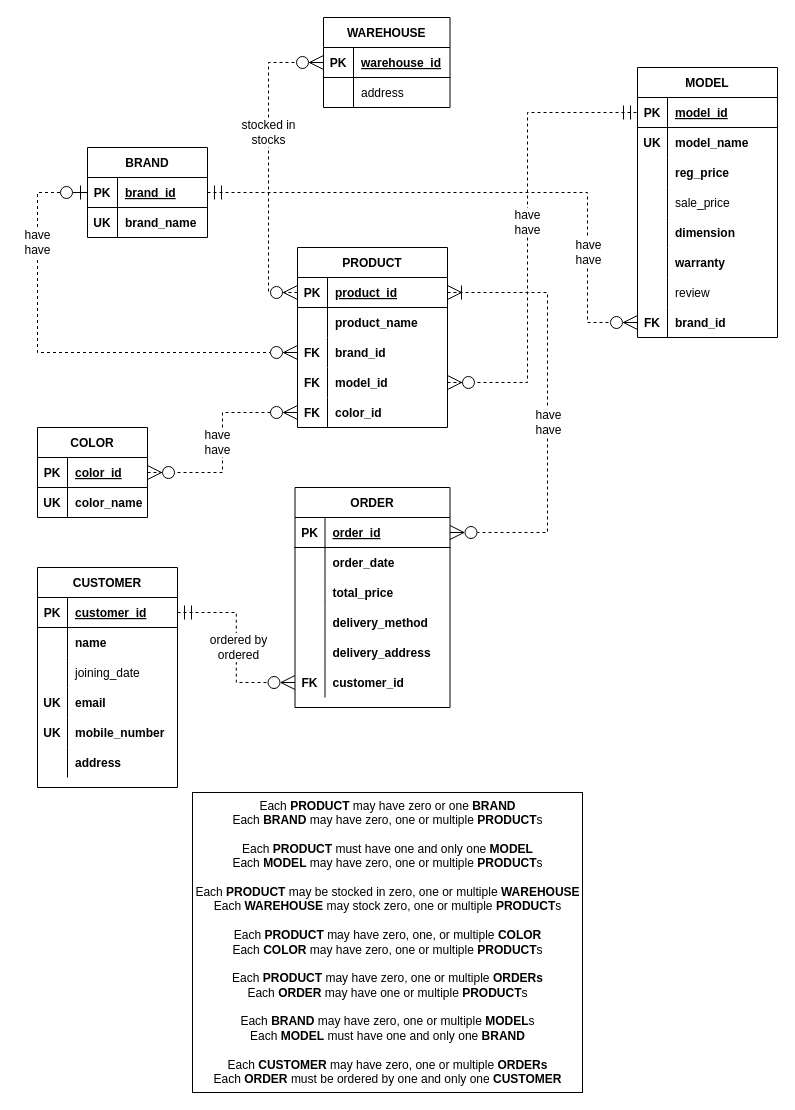
Earlier version of the draw.io diagram page "Page-1" (1 of 2) of Project/ER-Diargram.drawio (asiffmahmudd/database-csd2206). Source tidied: cells renumbered, new cells numbered last; positions are measured from the earlier drawing's top-left corner, leaving out a move shared by most shapes. Both pictures are drawn from the tidied source at 100%, with x=0, y=0 at pixel (17, 17).
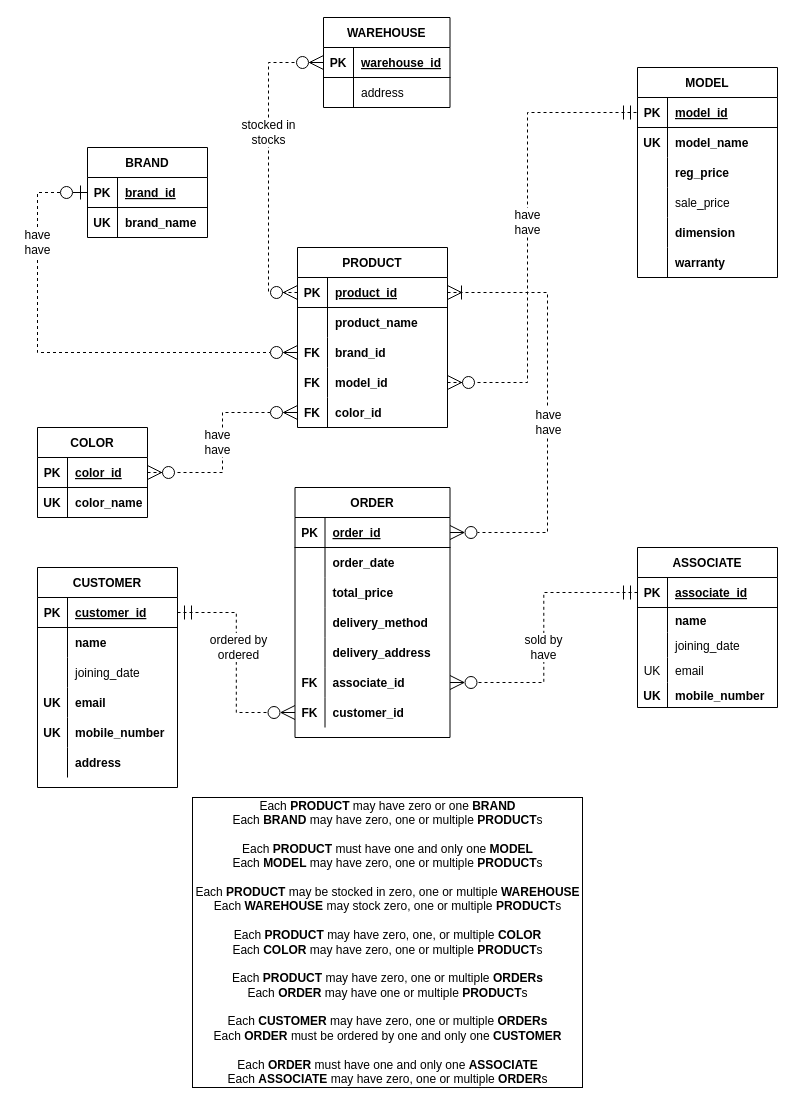
Above is the later version.

The change refers to these unchanged cells:
```xml
<mxCell id="3" style="shape=partialRectangle;fillColor=none;top=0;left=0;bottom=1;right=0;points=[[0,0.5],[1,0.5]];portConstraint=eastwest;" parent="2" vertex="1">
  <mxGeometry y="30" width="120" height="30" as="geometry" />
</mxCell>
```

What changed in the source:
```diff
@@
     <mxCell id="9" value="MODEL" style="shape=table;startSize=30;childLayout=tableLayout;rowLines=0;fontStyle=1;align=center;" parent="1" vertex="1">
-      <mxGeometry x="620" y="50" width="140" height="270" as="geometry" />
+      <mxGeometry x="620" y="50" width="140" height="210" as="geometry" />
     </mxCell>
@@
-    <mxCell id="28" style="shape=partialRectangle;fillColor=none;top=0;left=0;bottom=0;right=0;" parent="9" vertex="1">
-      <mxGeometry y="210" width="140" height="30" as="geometry" />
-    </mxCell>
-    <mxCell id="29" style="shape=partialRectangle;fillColor=none;top=0;left=0;bottom=0;right=0;overflow=hidden;" parent="28" vertex="1">
-      <mxGeometry width="30" height="30" as="geometry" />
-    </mxCell>
-    <mxCell id="30" value="review" style="shape=partialRectangle;fillColor=none;top=0;left=0;bottom=0;right=0;align=left;spacingLeft=6;overflow=hidden;fontStyle=0;" parent="28" vertex="1">
-      <mxGeometry x="30" width="110" height="30" as="geometry" />
-    </mxCell>
-    <mxCell id="31" style="shape=partialRectangle;fillColor=none;top=0;left=0;bottom=0;right=0;points=[[0,0.5],[1,0.5]];portConstraint=eastwest;" parent="9" vertex="1">
-      <mxGeometry y="240" width="140" height="30" as="geometry" />
-    </mxCell>
-    <mxCell id="32" value="FK" style="shape=partialRectangle;fillColor=none;top=0;left=0;bottom=0;right=0;overflow=hidden;fontStyle=1;" parent="31" vertex="1">
-      <mxGeometry width="30" height="30" as="geometry" />
-    </mxCell>
-    <mxCell id="33" value="brand_id" style="shape=partialRectangle;fillColor=none;top=0;left=0;bottom=0;right=0;align=left;spacingLeft=6;overflow=hidden;fontStyle=1;" parent="31" vertex="1">
-      <mxGeometry x="30" width="110" height="30" as="geometry" />
-    </mxCell>
@@
-    <mxCell id="50" style="endArrow=ERzeroToMany;dashed=1;html=1;rounded=0;edgeStyle=orthogonalEdgeStyle;exitX=1;exitY=0.5;exitDx=0;exitDy=0;entryX=0;entryY=0.5;entryDx=0;entryDy=0;endSize=12;startSize=12;startArrow=ERmandOne;startFill=0;endFill=0;" parent="1" edge="1" source="3" target="31">
-      <mxGeometry relative="1" as="geometry">
-        <Array as="points">
-          <mxPoint x="570" y="175" />
-          <mxPoint x="570" y="305" />
-        </Array>
-      </mxGeometry>
-    </mxCell>
@@
-    <mxCell id="61" value="have&lt;br&gt;have" style="text;html=1;align=center;verticalAlign=middle;fillColor=none;strokeColor=none;rounded=0;labelBackgroundColor=default;" parent="1" vertex="1">
-      <mxGeometry x="551" y="220" width="40" height="30" as="geometry" />
-    </mxCell>
@@
     <mxCell id="65" value="ORDER" style="shape=table;startSize=30;childLayout=tableLayout;rowLines=0;fontStyle=1;align=center;labelBackgroundColor=default;" parent="1" vertex="1">
-      <mxGeometry x="277.5" y="470" width="155" height="220" as="geometry" />
+      <mxGeometry x="277.5" y="470" width="155" height="250" as="geometry" />
     </mxCell>
@@
+    <mxCell id="117" style="shape=partialRectangle;fillColor=none;top=0;left=0;bottom=0;right=0;points=[[0,0.5],[1,0.5]];portConstraint=eastwest;labelBackgroundColor=default;" parent="65" vertex="1">
+      <mxGeometry y="180" width="155" height="30" as="geometry" />
+    </mxCell>
+    <mxCell id="32" value="FK" style="shape=partialRectangle;fillColor=none;top=0;left=0;bottom=0;right=0;overflow=hidden;labelBackgroundColor=default;fontStyle=1;" parent="117" vertex="1">
+      <mxGeometry width="30" height="30" as="geometry" />
+    </mxCell>
+    <mxCell id="118" value="associate_id" style="shape=partialRectangle;fillColor=none;top=0;left=0;bottom=0;right=0;align=left;spacingLeft=6;overflow=hidden;labelBackgroundColor=default;fontStyle=1;" parent="117" vertex="1">
+      <mxGeometry x="30" width="125" height="30" as="geometry" />
+    </mxCell>
     <mxCell id="81" style="shape=partialRectangle;fillColor=none;top=0;left=0;bottom=0;right=0;points=[[0,0.5],[1,0.5]];portConstraint=eastwest;labelBackgroundColor=default;" parent="65" vertex="1">
-      <mxGeometry y="180" width="155" height="30" as="geometry" />
+      <mxGeometry y="210" width="155" height="30" as="geometry" />
     </mxCell>
@@
-    <mxCell id="116" value="&lt;div&gt;&lt;span&gt;Each &lt;/span&gt;&lt;b&gt;PRODUCT &lt;/b&gt;&lt;span&gt;may have zero or one &lt;/span&gt;&lt;b&gt;BRAND&lt;/b&gt;&lt;/div&gt;&lt;div&gt;&lt;span&gt;Each&amp;nbsp;&lt;/span&gt;&lt;b&gt;BRAND&amp;nbsp;&lt;/b&gt;&lt;span&gt;may have zero, one or multiple&amp;nbsp;&lt;/span&gt;&lt;b&gt;PRODUCT&lt;/b&gt;&lt;span&gt;s&lt;/span&gt;&lt;/div&gt;&lt;div&gt;&lt;b&gt;&lt;br&gt;&lt;/b&gt;&lt;/div&gt;&lt;div&gt;&lt;span&gt;Each&amp;nbsp;&lt;/span&gt;&lt;b&gt;PRODUCT&amp;nbsp;&lt;/b&gt;&lt;span&gt;must have one and only one&amp;nbsp;&lt;/span&gt;&lt;b&gt;MODEL&lt;/b&gt;&lt;/div&gt;&lt;div&gt;&lt;span&gt;Each&amp;nbsp;&lt;/span&gt;&lt;b&gt;MODEL&amp;nbsp;&lt;/b&gt;&lt;span&gt;may have zero, one or multiple&amp;nbsp;&lt;/span&gt;&lt;b&gt;PRODUCT&lt;/b&gt;&lt;span&gt;s&lt;/span&gt;&lt;/div&gt;&lt;div&gt;&lt;b&gt;&lt;br&gt;&lt;/b&gt;&lt;/div&gt;&lt;div&gt;&lt;span&gt;Each&amp;nbsp;&lt;/span&gt;&lt;b&gt;PRODUCT&amp;nbsp;&lt;/b&gt;&lt;span&gt;may be stocked in zero, one or multiple&amp;nbsp;&lt;/span&gt;&lt;b&gt;WAREHOUSE&lt;/b&gt;&lt;/div&gt;&lt;div&gt;&lt;span&gt;Each&amp;nbsp;&lt;/span&gt;&lt;b&gt;WAREHOUSE&amp;nbsp;&lt;/b&gt;&lt;span&gt;may stock zero, one or multiple&amp;nbsp;&lt;/span&gt;&lt;b&gt;PRODUCT&lt;/b&gt;&lt;span&gt;s&lt;/span&gt;&lt;/div&gt;&lt;div&gt;&lt;b&gt;&lt;br&gt;&lt;/b&gt;&lt;/div&gt;&lt;div&gt;&lt;span&gt;Each&amp;nbsp;&lt;/span&gt;&lt;b&gt;PRODUCT&amp;nbsp;&lt;/b&gt;&lt;span&gt;may have zero, one, or multiple&amp;nbsp;&lt;/span&gt;&lt;b&gt;COLOR&lt;/b&gt;&lt;/div&gt;&lt;div&gt;&lt;span&gt;Each&amp;nbsp;&lt;/span&gt;&lt;b&gt;COLOR&amp;nbsp;&lt;/b&gt;&lt;span&gt;may have zero, one or multiple&amp;nbsp;&lt;/span&gt;&lt;b&gt;PRODUCT&lt;/b&gt;&lt;span&gt;s&lt;/span&gt;&lt;/div&gt;&lt;div&gt;&lt;b&gt;&lt;br&gt;&lt;/b&gt;&lt;/div&gt;&lt;div&gt;&lt;span&gt;Each&amp;nbsp;&lt;/span&gt;&lt;b&gt;PRODUCT&amp;nbsp;&lt;/b&gt;&lt;span&gt;may have zero, one or multiple&amp;nbsp;&lt;/span&gt;&lt;b&gt;ORDERs&lt;/b&gt;&lt;/div&gt;&lt;div&gt;&lt;span&gt;Each&amp;nbsp;&lt;/span&gt;&lt;b&gt;ORDER&amp;nbsp;&lt;/b&gt;&lt;span&gt;may have one or multiple&amp;nbsp;&lt;/span&gt;&lt;b&gt;PRODUCT&lt;/b&gt;&lt;span&gt;s&lt;/span&gt;&lt;/div&gt;&lt;div&gt;&lt;b&gt;&lt;br&gt;&lt;/b&gt;&lt;/div&gt;&lt;div&gt;&lt;span&gt;Each&amp;nbsp;&lt;/span&gt;&lt;b&gt;BRAND&amp;nbsp;&lt;/b&gt;&lt;span&gt;may have zero, one or multiple&amp;nbsp;&lt;/span&gt;&lt;b&gt;MODEL&lt;/b&gt;&lt;span&gt;s&lt;/span&gt;&lt;/div&gt;&lt;div&gt;&lt;span&gt;Each&amp;nbsp;&lt;/span&gt;&lt;b&gt;MODEL&amp;nbsp;&lt;/b&gt;&lt;span&gt;must have one and only one &lt;/span&gt;&lt;b&gt;BRAND&lt;/b&gt;&lt;/div&gt;&lt;div&gt;&lt;b&gt;&lt;br&gt;&lt;/b&gt;&lt;/div&gt;&lt;div&gt;Each&amp;nbsp;&lt;b&gt;CUSTOMER&amp;nbsp;&lt;/b&gt;may have zero, one or multiple&amp;nbsp;&lt;b&gt;ORDERs&lt;br&gt;&lt;/b&gt;Each&amp;nbsp;&lt;b&gt;ORDER&amp;nbsp;&lt;/b&gt;must be ordered by one and only one&amp;nbsp;&lt;b&gt;CUSTOMER&lt;br&gt;&lt;/b&gt;&lt;/div&gt;" style="text;html=1;align=center;verticalAlign=middle;fillColor=default;strokeColor=default;rounded=0;labelBackgroundColor=default;" parent="1" vertex="1">
-      <mxGeometry x="175" y="775" width="390" height="300" as="geometry" />
+    <mxCell id="116" value="&lt;div&gt;&lt;span&gt;Each &lt;/span&gt;&lt;b&gt;PRODUCT &lt;/b&gt;&lt;span&gt;may have zero or one &lt;/span&gt;&lt;b&gt;BRAND&lt;/b&gt;&lt;/div&gt;&lt;div&gt;&lt;span&gt;Each&amp;nbsp;&lt;/span&gt;&lt;b&gt;BRAND&amp;nbsp;&lt;/b&gt;&lt;span&gt;may have zero, one or multiple&amp;nbsp;&lt;/span&gt;&lt;b&gt;PRODUCT&lt;/b&gt;&lt;span&gt;s&lt;/span&gt;&lt;/div&gt;&lt;div&gt;&lt;b&gt;&lt;br&gt;&lt;/b&gt;&lt;/div&gt;&lt;div&gt;&lt;span&gt;Each&amp;nbsp;&lt;/span&gt;&lt;b&gt;PRODUCT&amp;nbsp;&lt;/b&gt;&lt;span&gt;must have one and only one&amp;nbsp;&lt;/span&gt;&lt;b&gt;MODEL&lt;/b&gt;&lt;/div&gt;&lt;div&gt;&lt;span&gt;Each&amp;nbsp;&lt;/span&gt;&lt;b&gt;MODEL&amp;nbsp;&lt;/b&gt;&lt;span&gt;may have zero, one or multiple&amp;nbsp;&lt;/span&gt;&lt;b&gt;PRODUCT&lt;/b&gt;&lt;span&gt;s&lt;/span&gt;&lt;/div&gt;&lt;div&gt;&lt;b&gt;&lt;br&gt;&lt;/b&gt;&lt;/div&gt;&lt;div&gt;&lt;span&gt;Each&amp;nbsp;&lt;/span&gt;&lt;b&gt;PRODUCT&amp;nbsp;&lt;/b&gt;&lt;span&gt;may be stocked in zero, one or multiple&amp;nbsp;&lt;/span&gt;&lt;b&gt;WAREHOUSE&lt;/b&gt;&lt;/div&gt;&lt;div&gt;&lt;span&gt;Each&amp;nbsp;&lt;/span&gt;&lt;b&gt;WAREHOUSE&amp;nbsp;&lt;/b&gt;&lt;span&gt;may stock zero, one or multiple&amp;nbsp;&lt;/span&gt;&lt;b&gt;PRODUCT&lt;/b&gt;&lt;span&gt;s&lt;/span&gt;&lt;/div&gt;&lt;div&gt;&lt;b&gt;&lt;br&gt;&lt;/b&gt;&lt;/div&gt;&lt;div&gt;&lt;span&gt;Each&amp;nbsp;&lt;/span&gt;&lt;b&gt;PRODUCT&amp;nbsp;&lt;/b&gt;&lt;span&gt;may have zero, one, or multiple&amp;nbsp;&lt;/span&gt;&lt;b&gt;COLOR&lt;/b&gt;&lt;/div&gt;&lt;div&gt;&lt;span&gt;Each&amp;nbsp;&lt;/span&gt;&lt;b&gt;COLOR&amp;nbsp;&lt;/b&gt;&lt;span&gt;may have zero, one or multiple&amp;nbsp;&lt;/span&gt;&lt;b&gt;PRODUCT&lt;/b&gt;&lt;span&gt;s&lt;/span&gt;&lt;/div&gt;&lt;div&gt;&lt;b&gt;&lt;br&gt;&lt;/b&gt;&lt;/div&gt;&lt;div&gt;&lt;span&gt;Each&amp;nbsp;&lt;/span&gt;&lt;b&gt;PRODUCT&amp;nbsp;&lt;/b&gt;&lt;span&gt;may have zero, one or multiple&amp;nbsp;&lt;/span&gt;&lt;b&gt;ORDERs&lt;/b&gt;&lt;/div&gt;&lt;div&gt;&lt;span&gt;Each&amp;nbsp;&lt;/span&gt;&lt;b&gt;ORDER&amp;nbsp;&lt;/b&gt;&lt;span&gt;may have one or multiple&amp;nbsp;&lt;/span&gt;&lt;b&gt;PRODUCT&lt;/b&gt;&lt;span&gt;s&lt;/span&gt;&lt;/div&gt;&lt;div&gt;&lt;b&gt;&lt;br&gt;&lt;/b&gt;&lt;/div&gt;&lt;div&gt;Each&amp;nbsp;&lt;b&gt;CUSTOMER&amp;nbsp;&lt;/b&gt;may have zero, one or multiple&amp;nbsp;&lt;b&gt;ORDERs&lt;br&gt;&lt;/b&gt;Each&amp;nbsp;&lt;b&gt;ORDER&amp;nbsp;&lt;/b&gt;must be ordered by one and only one&amp;nbsp;&lt;b&gt;CUSTOMER&lt;br&gt;&lt;/b&gt;&lt;/div&gt;&lt;div&gt;&lt;b&gt;&lt;br&gt;&lt;/b&gt;&lt;/div&gt;&lt;div&gt;&lt;div&gt;Each&amp;nbsp;&lt;b&gt;ORDER&amp;nbsp;&lt;/b&gt;must have one and only one&amp;nbsp;&lt;b&gt;ASSOCIATE&lt;/b&gt;&lt;/div&gt;&lt;div&gt;Each&lt;b&gt;&amp;nbsp;ASSOCIATE&amp;nbsp;&lt;/b&gt;may have zero, one or multiple&amp;nbsp;&lt;b&gt;ORDER&lt;/b&gt;s&lt;/div&gt;&lt;/div&gt;" style="text;html=1;align=center;verticalAlign=middle;fillColor=default;strokeColor=default;rounded=0;labelBackgroundColor=default;" parent="1" vertex="1">
+      <mxGeometry x="175" y="780" width="390" height="290" as="geometry" />
     </mxCell>
+    <mxCell id="119" value="ASSOCIATE" style="shape=table;startSize=30;childLayout=tableLayout;rowLines=0;fontStyle=1;align=center;labelBackgroundColor=default;" parent="1" vertex="1">
+      <mxGeometry x="620" y="530" width="140" height="160" as="geometry" />
+    </mxCell>
+    <mxCell id="120" style="shape=partialRectangle;fillColor=none;top=0;left=0;bottom=1;right=0;points=[[0,0.5],[1,0.5]];portConstraint=eastwest;labelBackgroundColor=default;" parent="119" vertex="1">
+      <mxGeometry y="30" width="140" height="30" as="geometry" />
+    </mxCell>
+    <mxCell id="121" value="PK" style="shape=partialRectangle;fillColor=none;top=0;left=0;bottom=0;right=0;fontStyle=1;overflow=hidden;labelBackgroundColor=default;" parent="120" vertex="1">
+      <mxGeometry width="30" height="30" as="geometry" />
+    </mxCell>
+    <mxCell id="122" value="associate_id" style="shape=partialRectangle;fillColor=none;top=0;left=0;bottom=0;right=0;align=left;spacingLeft=6;fontStyle=5;overflow=hidden;labelBackgroundColor=default;" parent="120" vertex="1">
+      <mxGeometry x="30" width="110" height="30" as="geometry" />
+    </mxCell>
+    <mxCell id="123" style="shape=partialRectangle;fillColor=none;top=0;left=0;bottom=0;right=0;labelBackgroundColor=default;" parent="119" vertex="1">
+      <mxGeometry y="60" width="140" height="25" as="geometry" />
+    </mxCell>
+    <mxCell id="124" style="shape=partialRectangle;fillColor=none;top=0;left=0;bottom=0;right=0;overflow=hidden;labelBackgroundColor=default;" parent="123" vertex="1">
+      <mxGeometry width="30" height="25" as="geometry" />
+    </mxCell>
+    <mxCell id="125" value="name" style="shape=partialRectangle;fillColor=none;top=0;left=0;bottom=0;right=0;align=left;spacingLeft=6;overflow=hidden;labelBackgroundColor=default;fontStyle=1;" parent="123" vertex="1">
+      <mxGeometry x="30" width="110" height="25" as="geometry" />
+    </mxCell>
+    <mxCell id="126" style="shape=partialRectangle;fillColor=none;top=0;left=0;bottom=0;right=0;labelBackgroundColor=default;" parent="119" vertex="1">
+      <mxGeometry y="85" width="140" height="25" as="geometry" />
+    </mxCell>
+    <mxCell id="127" style="shape=partialRectangle;fillColor=none;top=0;left=0;bottom=0;right=0;overflow=hidden;labelBackgroundColor=default;" parent="126" vertex="1">
+      <mxGeometry width="30" height="25" as="geometry" />
+    </mxCell>
+    <mxCell id="128" value="joining_date" style="shape=partialRectangle;fillColor=none;top=0;left=0;bottom=0;right=0;align=left;spacingLeft=6;overflow=hidden;labelBackgroundColor=default;" parent="126" vertex="1">
+      <mxGeometry x="30" width="110" height="25" as="geometry" />
+    </mxCell>
+    <mxCell id="129" style="shape=partialRectangle;fillColor=none;top=0;left=0;bottom=0;right=0;labelBackgroundColor=default;" parent="119" vertex="1">
+      <mxGeometry y="110" width="140" height="25" as="geometry" />
+    </mxCell>
+    <mxCell id="130" value="UK" style="shape=partialRectangle;fillColor=none;top=0;left=0;bottom=0;right=0;overflow=hidden;labelBackgroundColor=default;" parent="129" vertex="1">
+      <mxGeometry width="30" height="25" as="geometry" />
+    </mxCell>
+    <mxCell id="131" value="email" style="shape=partialRectangle;fillColor=none;top=0;left=0;bottom=0;right=0;align=left;spacingLeft=6;overflow=hidden;labelBackgroundColor=default;" parent="129" vertex="1">
+      <mxGeometry x="30" width="110" height="25" as="geometry" />
+    </mxCell>
+    <mxCell id="132" style="shape=partialRectangle;fillColor=none;top=0;left=0;bottom=0;right=0;labelBackgroundColor=default;" parent="119" vertex="1">
+      <mxGeometry y="135" width="140" height="25" as="geometry" />
+    </mxCell>
+    <mxCell id="133" value="UK" style="shape=partialRectangle;fillColor=none;top=0;left=0;bottom=0;right=0;overflow=hidden;labelBackgroundColor=default;fontStyle=1;" parent="132" vertex="1">
+      <mxGeometry width="30" height="25" as="geometry" />
+    </mxCell>
+    <mxCell id="134" value="mobile_number" style="shape=partialRectangle;fillColor=none;top=0;left=0;bottom=0;right=0;align=left;spacingLeft=6;overflow=hidden;labelBackgroundColor=default;fontStyle=1;" parent="132" vertex="1">
+      <mxGeometry x="30" width="110" height="25" as="geometry" />
+    </mxCell>
+    <mxCell id="135" style="endArrow=ERzeroToMany;dashed=1;html=1;rounded=0;startSize=12;endSize=12;edgeStyle=orthogonalEdgeStyle;exitX=0;exitY=0.5;exitDx=0;exitDy=0;entryX=1;entryY=0.5;entryDx=0;entryDy=0;startArrow=ERmandOne;startFill=0;endFill=0;" parent="1" edge="1" source="120" target="117">
+      <mxGeometry relative="1" as="geometry" />
+    </mxCell>
+    <mxCell id="136" value="sold by&lt;br&gt;have" style="text;html=1;align=center;verticalAlign=middle;fillColor=none;strokeColor=none;rounded=0;labelBackgroundColor=default;" parent="1" vertex="1">
+      <mxGeometry x="501" y="615" width="50" height="30" as="geometry" />
+    </mxCell>
```
